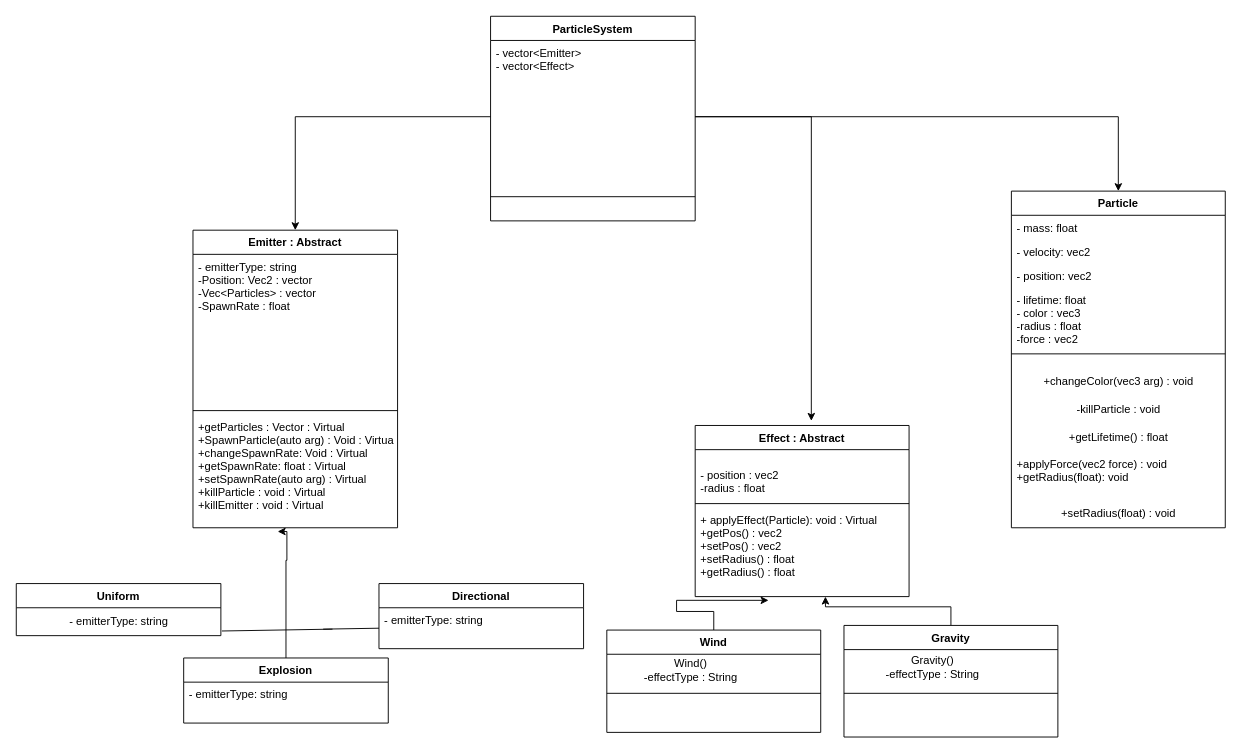
Above: classDiagram.drawio in KarlWastesson/KandidatLab (draw.io), before the change. Source tidied: cells renumbered, new cells numbered last; positions are measured from the earlier drawing's top-left corner, leaving out a move shared by most shapes. Both pictures are drawn from the tidied source at 93%, with x=0, y=0 at pixel (16, 16).
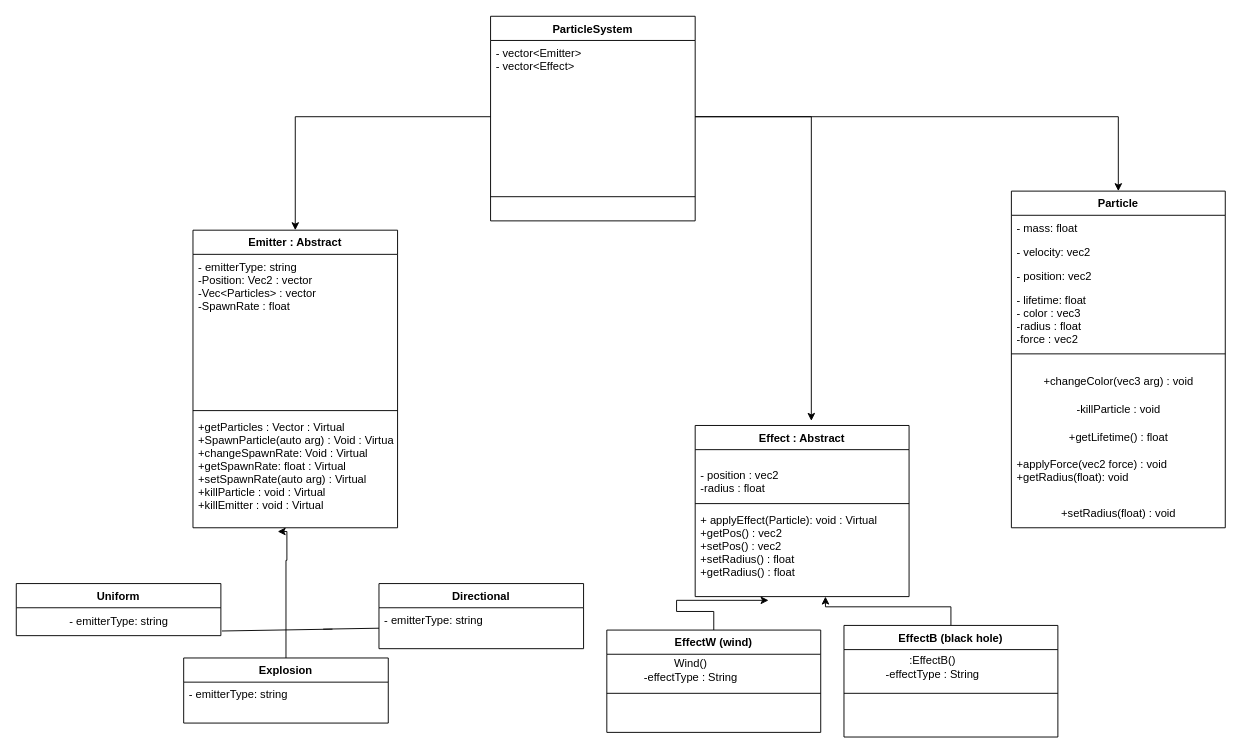
After the change.

Diff of the diagram source:
```diff
@@
-    <mxCell id="31" value="Wind" style="swimlane;fontStyle=1;align=center;verticalAlign=top;horizontal=1;startSize=26;" parent="1" vertex="1">
+    <mxCell id="31" value="EffectW (wind)" style="swimlane;fontStyle=1;align=center;verticalAlign=top;horizontal=1;startSize=26;" parent="1" vertex="1">
       <mxGeometry x="635" y="660" width="230" height="110" as="geometry" />
     </mxCell>
@@
-    <mxCell id="34" value="Gravity" style="swimlane;fontStyle=1;align=center;verticalAlign=top;horizontal=1;startSize=26;" parent="1" vertex="1">
+    <mxCell id="34" value="EffectB (black hole)" style="swimlane;fontStyle=1;align=center;verticalAlign=top;horizontal=1;startSize=26;" parent="1" vertex="1">
       <mxGeometry x="890" y="655" width="230" height="120" as="geometry" />
     </mxCell>
@@
-    <mxCell id="37" value="Gravity()&lt;br&gt;-effectType : String" style="text;html=1;align=center;verticalAlign=middle;strokeColor=none;fillColor=none;" parent="1" vertex="1">
+    <mxCell id="37" value=":EffectB()&lt;br&gt;-effectType : String" style="text;html=1;align=center;verticalAlign=middle;strokeColor=none;fillColor=none;" parent="1" vertex="1">
       <mxGeometry x="925" y="680" width="120" height="40" as="geometry" />
     </mxCell>
```
